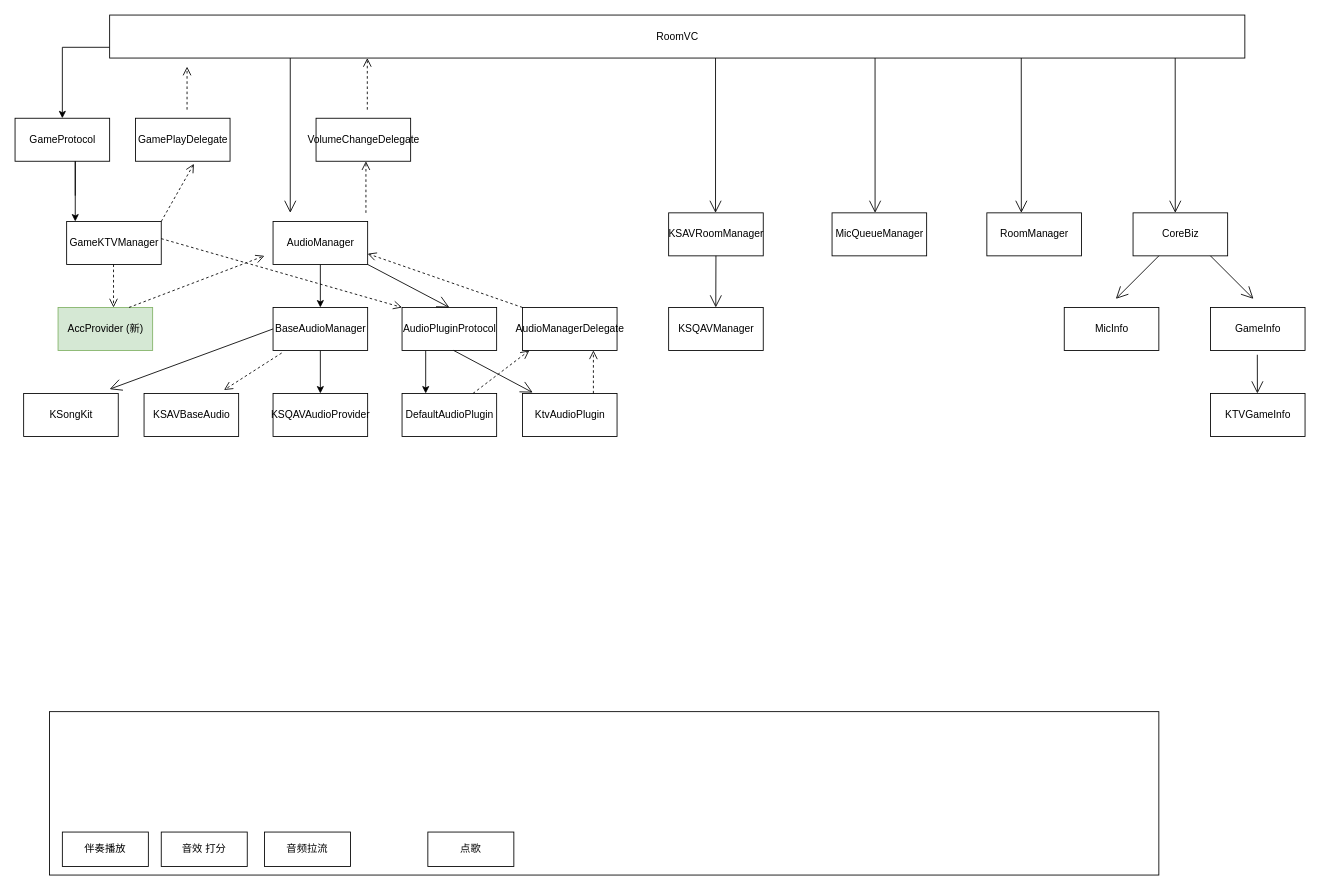
Above: KTVRoomFramework.drawio in lixianmao/App (draw.io), before the change. Source tidied: cells renumbered, new cells numbered last; positions are measured from the earlier drawing's top-left corner, leaving out a move shared by most shapes. Both pictures are drawn from the tidied source at 86%, with x=0, y=0 at pixel (15, 15).
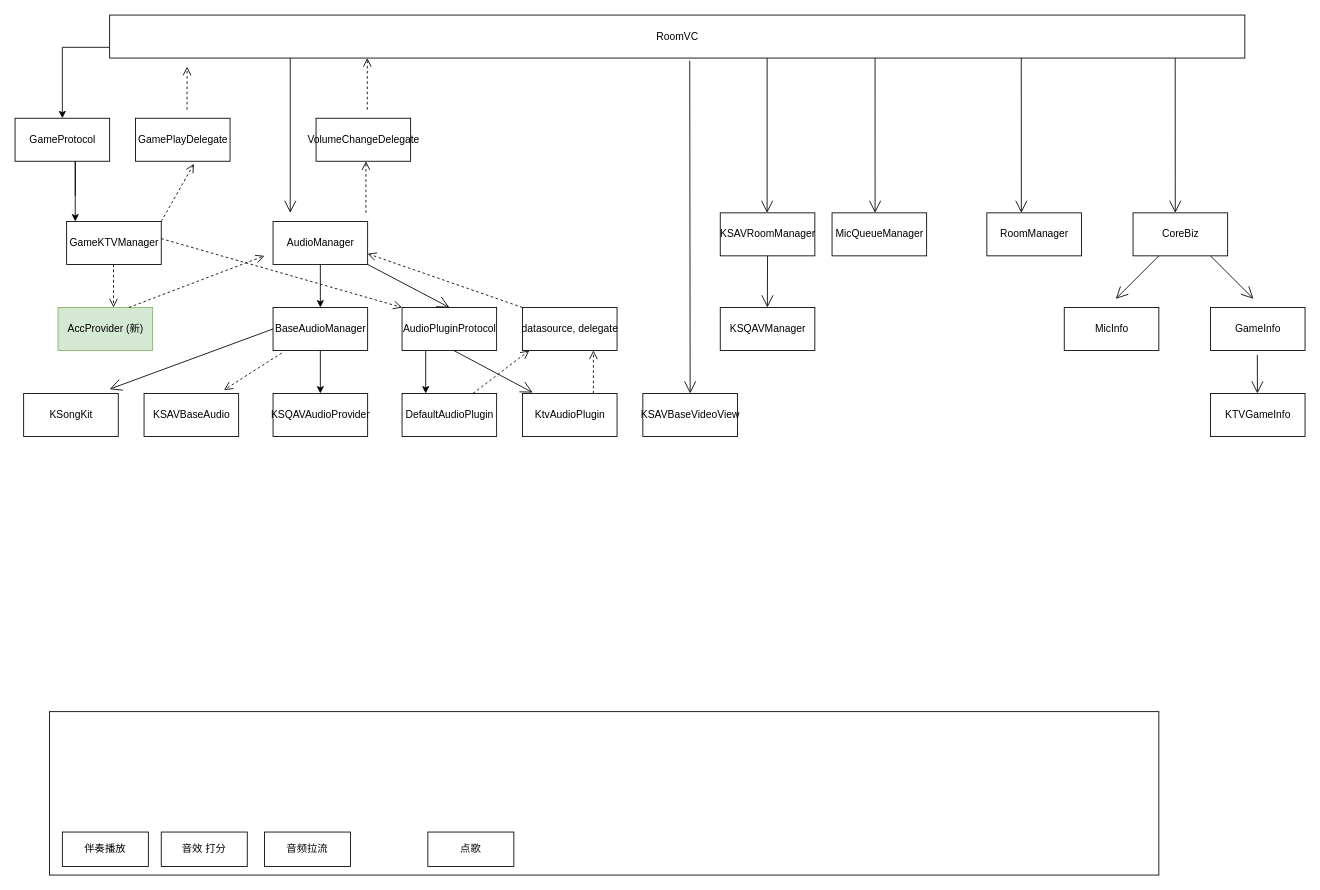
Above is the later version.

Unchanged cells that the change refers to:
```xml
<mxCell id="14" value="RoomVC" style="html=1;" parent="1" vertex="1">
  <mxGeometry x="110" width="1320" height="50" as="geometry" />
</mxCell>
```

Change to the diagram source:
```diff
@@
     <mxCell id="17" value="KSAVRoomManager" style="html=1;" parent="1" vertex="1">
-      <mxGeometry x="760" y="230" width="110" height="50" as="geometry" />
+      <mxGeometry x="820" y="230" width="110" height="50" as="geometry" />
     </mxCell>
@@
-    <mxCell id="29" value="AudioManagerDelegate" style="html=1;" parent="1" vertex="1">
+    <mxCell id="29" value="datasource, delegate" style="html=1;" parent="1" vertex="1">
       <mxGeometry x="590" y="340" width="110" height="50" as="geometry" />
     </mxCell>
@@
     <mxCell id="35" style="endArrow=open;endFill=1;endSize=12;html=1;" parent="1" edge="1">
       <mxGeometry relative="1" as="geometry">
-        <mxPoint x="814.5" y="50" as="sourcePoint" />
-        <mxPoint x="814.5" y="230" as="targetPoint" />
+        <mxPoint x="874.5" y="50" as="sourcePoint" />
+        <mxPoint x="874.5" y="230" as="targetPoint" />
       </mxGeometry>
     </mxCell>
@@
     <mxCell id="37" value="KSQAVManager" style="html=1;" parent="1" vertex="1">
-      <mxGeometry x="760" y="340" width="110" height="50" as="geometry" />
+      <mxGeometry x="820" y="340" width="110" height="50" as="geometry" />
     </mxCell>
     <mxCell id="38" style="endArrow=open;endFill=1;endSize=12;html=1;" parent="1" edge="1">
       <mxGeometry relative="1" as="geometry">
-        <mxPoint x="815" y="280" as="sourcePoint" />
-        <mxPoint x="814.8" y="340" as="targetPoint" />
+        <mxPoint x="875" y="280" as="sourcePoint" />
+        <mxPoint x="874.8" y="340" as="targetPoint" />
       </mxGeometry>
     </mxCell>
@@
+    <mxCell id="58" value="KSAVBaseVideoView" style="html=1;" parent="1" vertex="1">
+      <mxGeometry x="730" y="440" width="110" height="50" as="geometry" />
+    </mxCell>
+    <mxCell id="59" style="endArrow=open;endFill=1;endSize=12;html=1;exitX=0.511;exitY=1.06;exitDx=0;exitDy=0;exitPerimeter=0;entryX=0.5;entryY=0;entryDx=0;entryDy=0;" parent="1" edge="1" source="14" target="58">
+      <mxGeometry relative="1" as="geometry" />
+    </mxCell>
```
